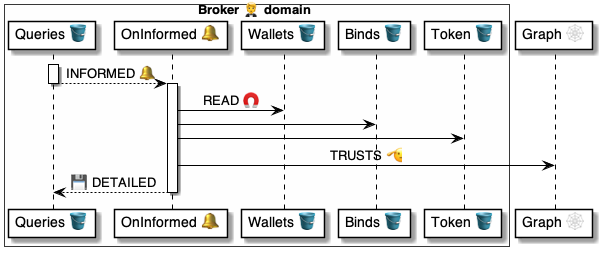
Before: 4 ⚙️ Solution/20 🧑‍🦰 UI/Brokers 🤵/🤵🪣 Broker tables/Queries 💼 table/🪣🧱 20 Informed 🔔 event/🤵 OnQueryInformed ⚙️ uml.png, a diagram exported from PlantUML (pollyweb-org/pollyweb-docs). Its source is kept beside it as 4 ⚙️ Solution/20 🧑‍🦰 UI/Brokers 🤵/🤵🪣 Broker tables/Queries 💼 table/🪣🧱 20 Informed 🔔 event/🤵 OnQueryInformed ⚙️ uml.puml. The source it was exported from:
```plantuml
@startuml OnQueryInformed

box Broker 🤵 domain #FFFFFA
    participant "Queries 🪣" as table
    participant "OnInformed 🔔" as handler
    participant "Wallets 🪣" as wallets
    participant "Binds 🪣" as binds
    participant "Token 🪣" as tokens
end box
participant "Graph 🕸" as graph


activate table
    table --> handler: INFORMED 🔔
deactivate table

activate handler
    handler -> wallets: READ 🧲
    handler -> binds:
    handler -> tokens:
    handler -> graph: TRUSTS 🫡
    handler --> table: 💾 DETAILED
deactivate handler

@enduml
```
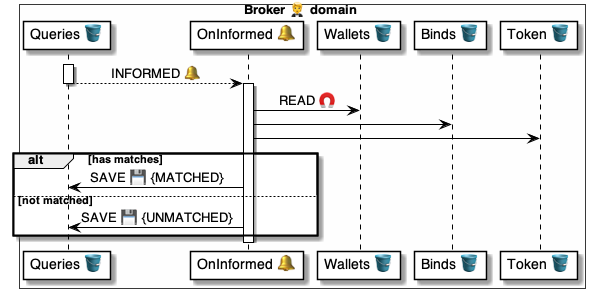
After the commit.

The edit, as a diff of the source:
```diff
@@ -7,7 +7,6 @@
     participant "Binds 🪣" as binds
     participant "Token 🪣" as tokens
 end box
-participant "Graph 🕸" as graph
 
 
 activate table
@@ -18,8 +17,13 @@
     handler -> wallets: READ 🧲
     handler -> binds:
     handler -> tokens:
-    handler -> graph: TRUSTS 🫡
-    handler --> table: 💾 DETAILED
+
+    alt has matches
+        handler -> table: SAVE 💾 {MATCHED}
+    else not matched
+        handler -> table: SAVE 💾 {UNMATCHED}
+    end alt
+
 deactivate handler
 
 @enduml
```
